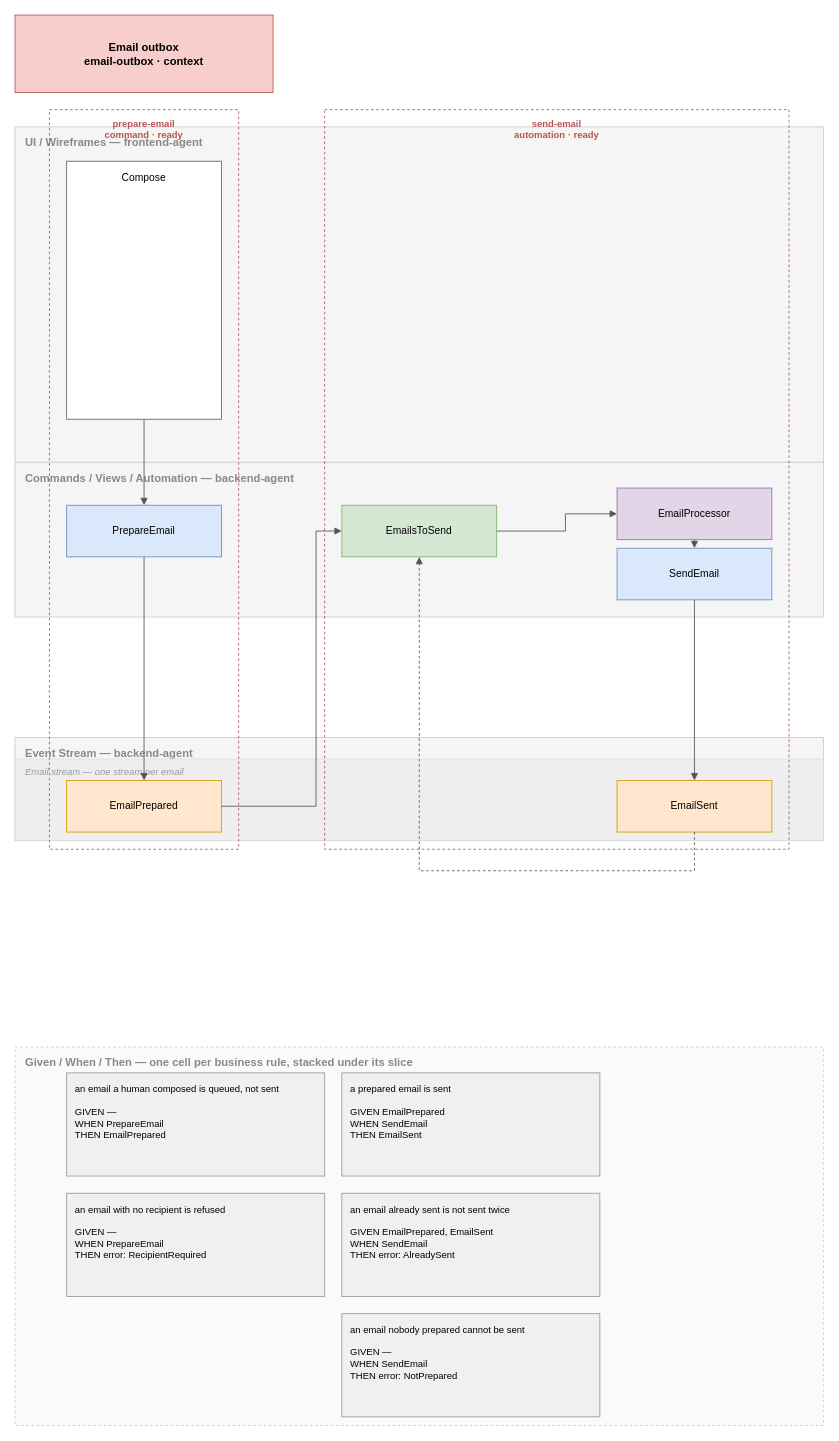
Above: reference-implementations/automation/email-outbox/email-outbox.drawio in attrectomma/ClaudeEventModeler (draw.io), before the change. Source tidied: cells renumbered, new cells numbered last; positions are measured from the earlier drawing's top-left corner, leaving out a move shared by most shapes. Both pictures are drawn from the tidied source at 86%, with x=0, y=0 at pixel (15, 15).
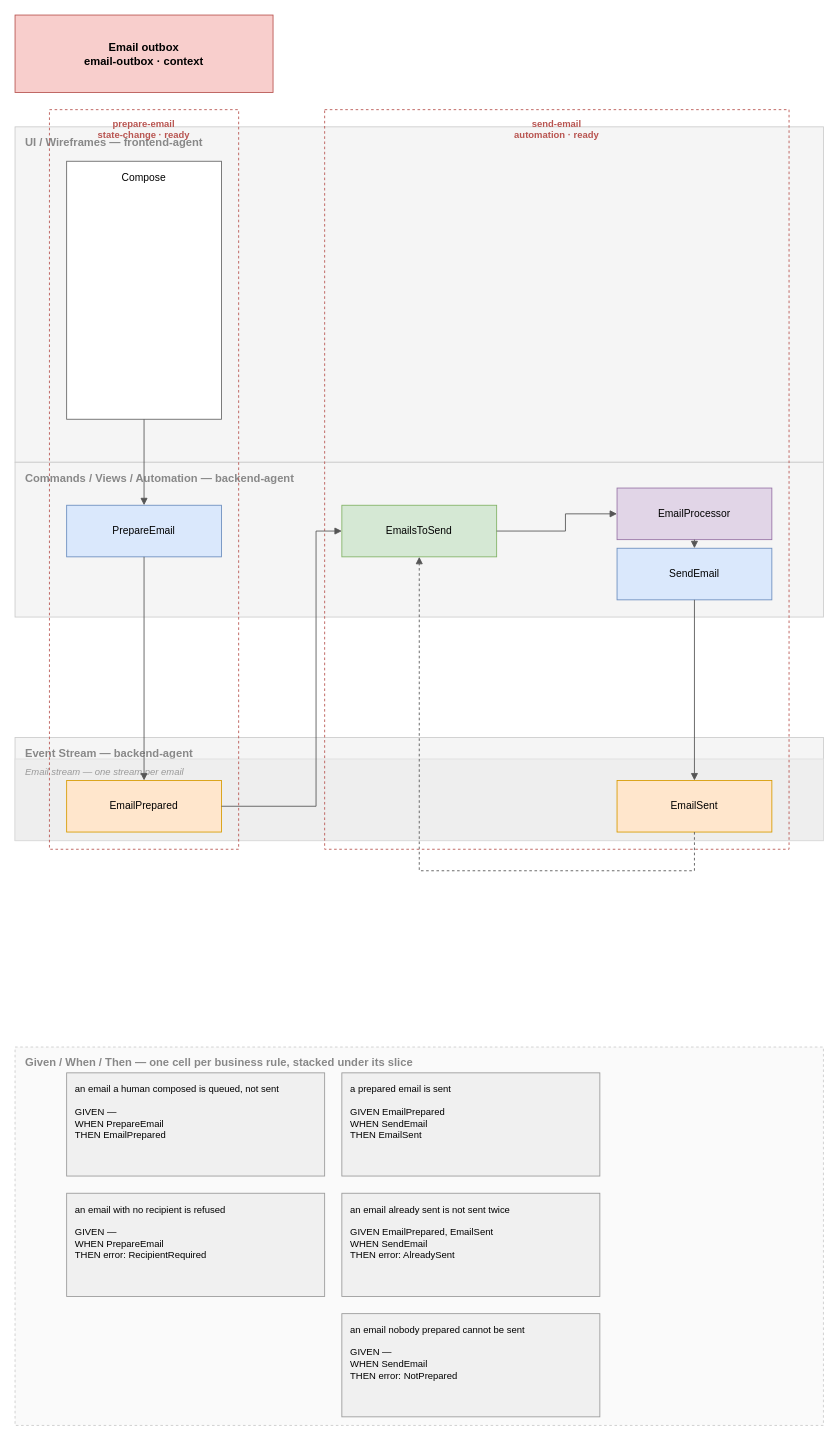
After the change.

The edit, as a diff of the source:
```diff
@@
-    <mxCell id="8" value="prepare-email&#10;command · ready" style="rounded=0;whiteSpace=wrap;html=1;fillColor=none;strokeColor=#b85450;dashed=1;verticalAlign=top;align=center;spacingTop=4;fontStyle=1;fontColor=#b85450;fontSize=11;" parent="1" vertex="1">
+    <mxCell id="8" value="prepare-email&#10;state-change · ready" style="rounded=0;whiteSpace=wrap;html=1;fillColor=none;strokeColor=#b85450;dashed=1;verticalAlign=top;align=center;spacingTop=4;fontStyle=1;fontColor=#b85450;fontSize=11;" parent="1" vertex="1">
       <mxGeometry x="40" y="110" width="220" height="860" as="geometry" />
     </mxCell>
```
